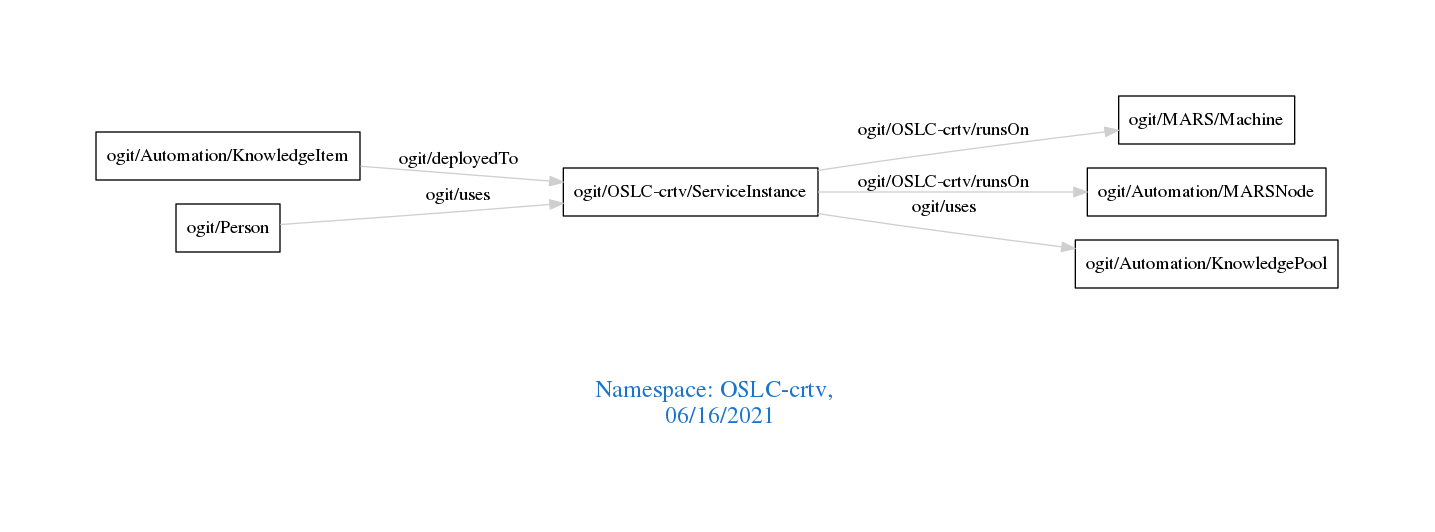
Earlier version of the Graphviz export downloads/OSLC-crtv.png (arago/OGIT). Its source is kept beside it as downloads/OSLC-crtv.dot. Source of this version:
```dot
digraph OGIT_ontology {
 graph [ rankdir= LR,pad=1
fontsize = 18,
fontcolor= dodgerblue3,label = "\n\n\nNamespace: OSLC-crtv, \n 06/16/2021"];
node[shape=polygon];
edge [  color="gray81"];

   "ogit/Automation/KnowledgeItem" -> "ogit/OSLC-crtv/ServiceInstance" [label="   ogit/deployedTo    "];
   "ogit/OSLC-crtv/ServiceInstance" -> "ogit/MARS/Machine" [label="   ogit/OSLC-crtv/runsOn    "];
   "ogit/OSLC-crtv/ServiceInstance" -> "ogit/Automation/MARSNode" [label="   ogit/OSLC-crtv/runsOn    "];
   "ogit/OSLC-crtv/ServiceInstance" -> "ogit/Automation/KnowledgePool" [label="   ogit/uses    "];
   "ogit/Person" -> "ogit/OSLC-crtv/ServiceInstance" [label="   ogit/uses    "];
}
```
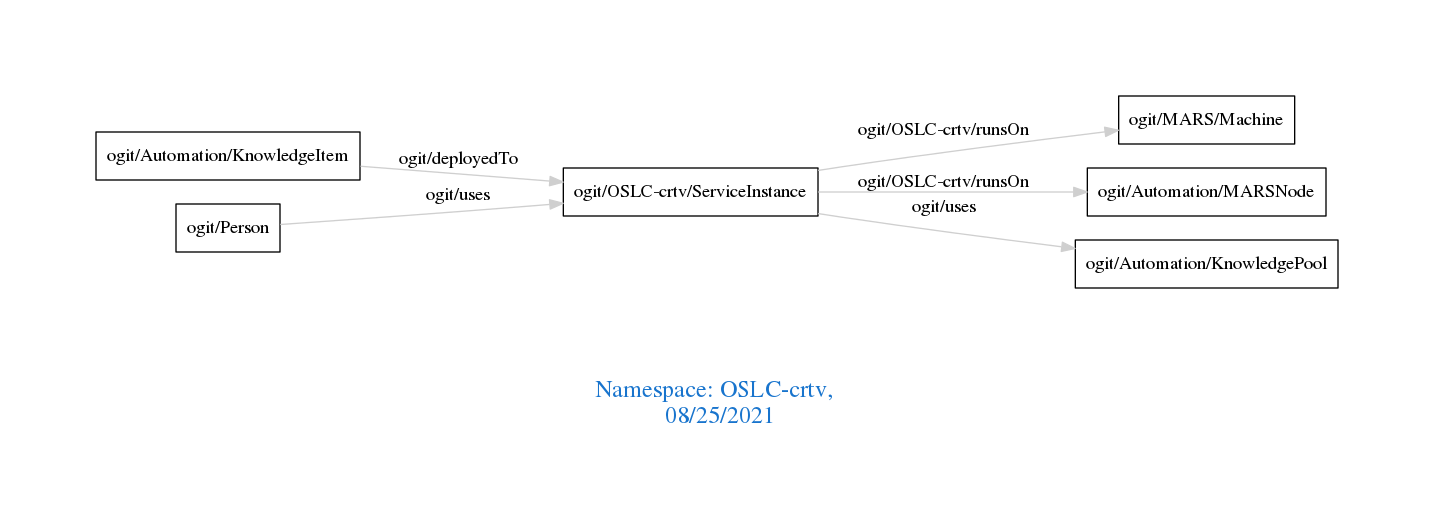
Above is the later version.

Diff of the diagram source:
```diff
@@ -1,7 +1,7 @@
 digraph OGIT_ontology {
  graph [ rankdir= LR,pad=1
 fontsize = 18,
-fontcolor= dodgerblue3,label = "\n\n\nNamespace: OSLC-crtv, \n 06/16/2021"];
+fontcolor= dodgerblue3,label = "\n\n\nNamespace: OSLC-crtv, \n 08/25/2021"];
 node[shape=polygon];
 edge [  color="gray81"];
 
```
